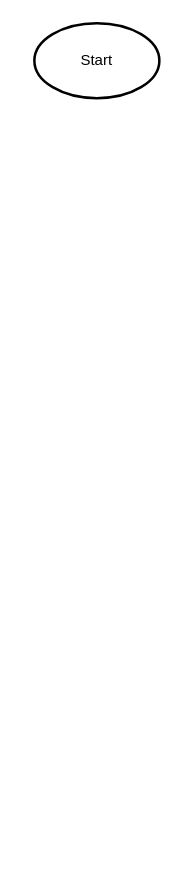
Before: design/flowchart.drawio in michael-clermont1/ics4u-unit1-05-typescript, a draw.io diagram. Source tidied: cells renumbered, new cells numbered last; positions are measured from the earlier drawing's top-left corner, leaving out a move shared by most shapes. Both pictures are drawn from the tidied source at 125%, with x=0, y=0 at pixel (34, 22).
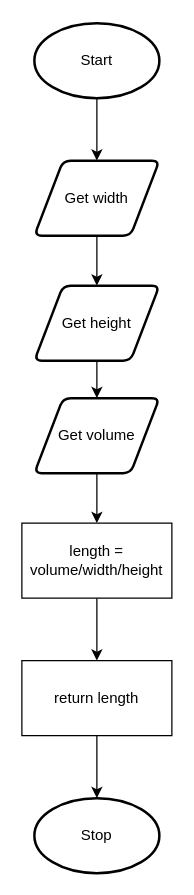
After the change.

The edit, as a diff of the source:
```diff
@@
 <mxGraphModel>
   <root>
     <mxCell id="0" />
     <mxCell id="1" parent="0" />
+    <mxCell id="3" style="edgeStyle=none;html=1;entryX=0.5;entryY=0;entryDx=0;entryDy=0;" parent="1" edge="1" source="2" target="5">
+      <mxGeometry relative="1" as="geometry" />
+    </mxCell>
     <mxCell id="2" value="Start" style="strokeWidth=2;html=1;shape=mxgraph.flowchart.start_1;whiteSpace=wrap;" parent="1" vertex="1">
       <mxGeometry width="100" height="60" as="geometry" />
     </mxCell>
+    <mxCell id="4" style="edgeStyle=none;html=1;entryX=0.5;entryY=0;entryDx=0;entryDy=0;" parent="1" edge="1" source="5" target="7">
+      <mxGeometry relative="1" as="geometry" />
+    </mxCell>
+    <mxCell id="5" value="Get width" style="shape=parallelogram;html=1;strokeWidth=2;perimeter=parallelogramPerimeter;whiteSpace=wrap;rounded=1;arcSize=12;size=0.23;" parent="1" vertex="1">
+      <mxGeometry y="110" width="100" height="60" as="geometry" />
+    </mxCell>
+    <mxCell id="6" style="edgeStyle=none;html=1;entryX=0.5;entryY=0;entryDx=0;entryDy=0;" parent="1" edge="1" source="7" target="9">
+      <mxGeometry relative="1" as="geometry" />
+    </mxCell>
+    <mxCell id="7" value="Get height" style="shape=parallelogram;html=1;strokeWidth=2;perimeter=parallelogramPerimeter;whiteSpace=wrap;rounded=1;arcSize=12;size=0.23;" parent="1" vertex="1">
+      <mxGeometry y="210" width="100" height="60" as="geometry" />
+    </mxCell>
+    <mxCell id="8" style="edgeStyle=none;html=1;entryX=0.5;entryY=0;entryDx=0;entryDy=0;" parent="1" edge="1" source="9" target="11">
+      <mxGeometry relative="1" as="geometry" />
+    </mxCell>
+    <mxCell id="9" value="Get volume" style="shape=parallelogram;html=1;strokeWidth=2;perimeter=parallelogramPerimeter;whiteSpace=wrap;rounded=1;arcSize=12;size=0.23;" parent="1" vertex="1">
+      <mxGeometry y="300" width="100" height="60" as="geometry" />
+    </mxCell>
+    <mxCell id="10" style="edgeStyle=none;html=1;entryX=0.5;entryY=0;entryDx=0;entryDy=0;" parent="1" edge="1" source="11" target="13">
+      <mxGeometry relative="1" as="geometry" />
+    </mxCell>
+    <mxCell id="11" value="length = volume/width/height" style="rounded=0;whiteSpace=wrap;html=1;" parent="1" vertex="1">
+      <mxGeometry x="-10" y="400" width="120" height="60" as="geometry" />
+    </mxCell>
+    <mxCell id="12" style="edgeStyle=none;html=1;entryX=0.5;entryY=0;entryDx=0;entryDy=0;entryPerimeter=0;" parent="1" edge="1" source="13" target="14">
+      <mxGeometry relative="1" as="geometry" />
+    </mxCell>
+    <mxCell id="13" value="return length" style="rounded=0;whiteSpace=wrap;html=1;" parent="1" vertex="1">
+      <mxGeometry x="-10" y="510" width="120" height="60" as="geometry" />
+    </mxCell>
+    <mxCell id="14" value="Stop" style="strokeWidth=2;html=1;shape=mxgraph.flowchart.start_1;whiteSpace=wrap;" parent="1" vertex="1">
+      <mxGeometry y="620" width="100" height="60" as="geometry" />
+    </mxCell>
   </root>
 </mxGraphModel>
```
